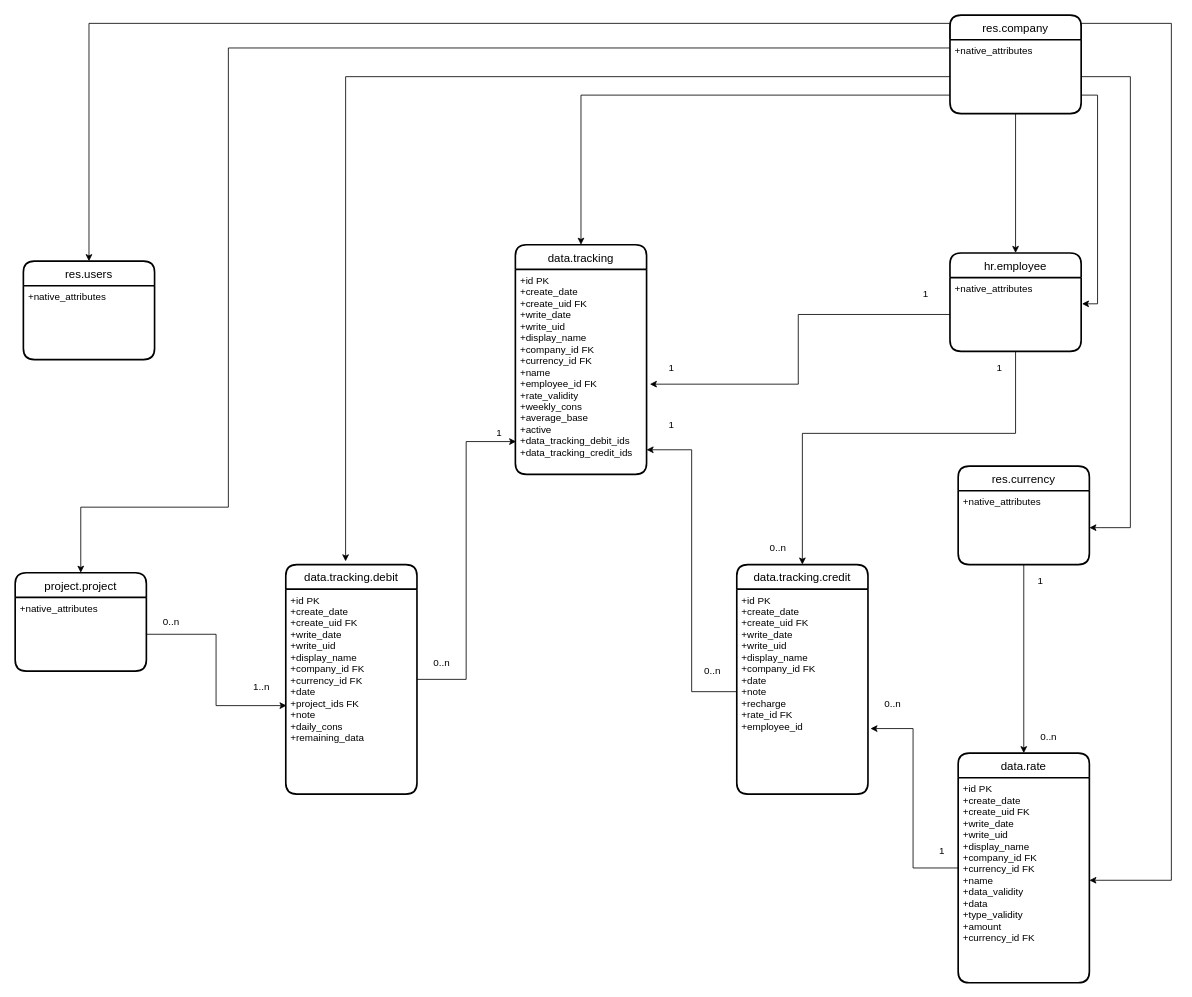
Before: suivi_data_mcd(1)(1).drawio in BriceCG/MIGRATION_MIM, a draw.io diagram. Source tidied: cells renumbered, new cells numbered last; positions are measured from the earlier drawing's top-left corner, leaving out a move shared by most shapes. Both pictures are drawn from the tidied source at 82%, with x=0, y=0 at pixel (15, 15).
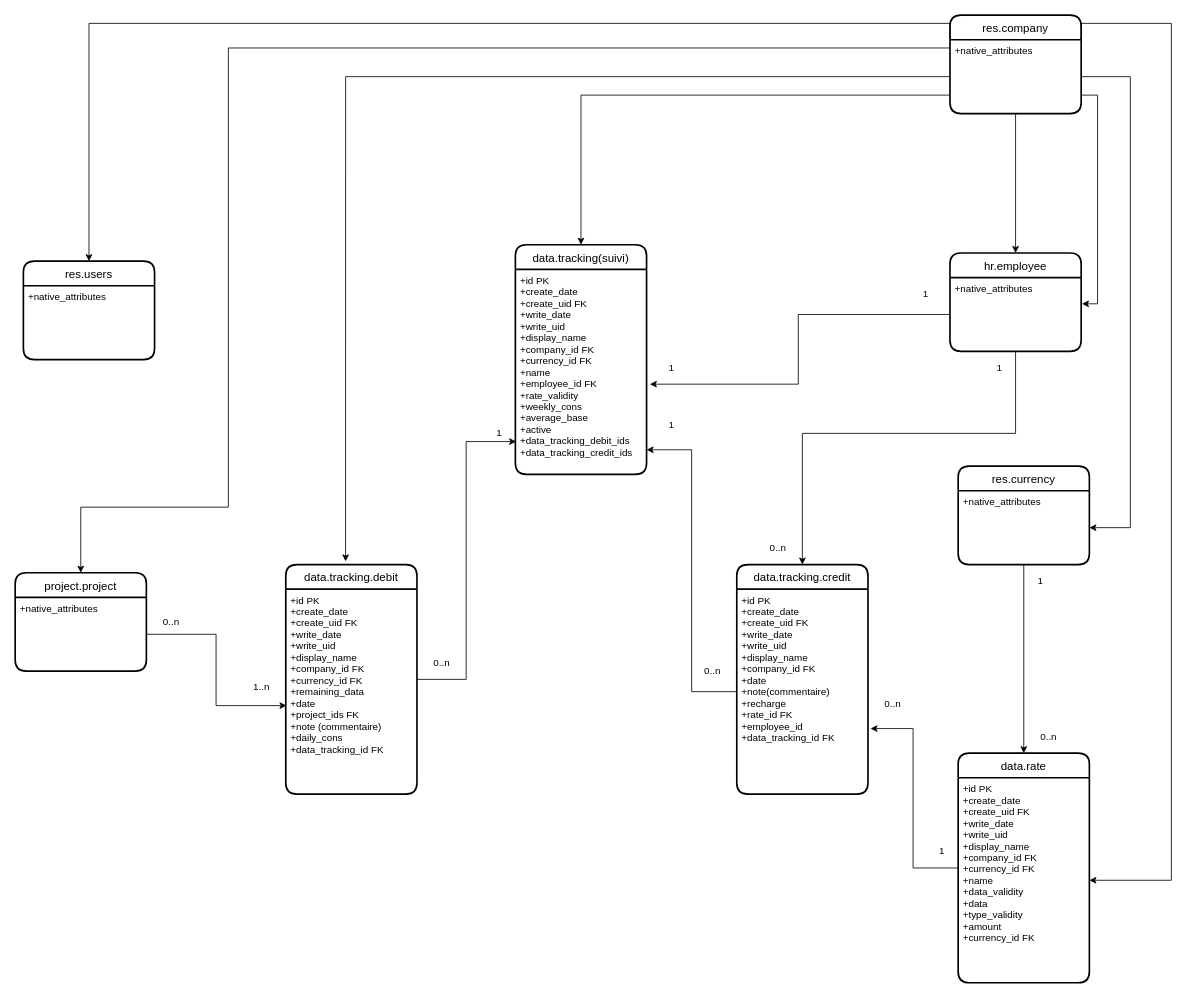
The same diagram, later.

The change refers to these unchanged cells:
```xml
<mxCell id="7" value="data.tracking.debit" style="swimlane;horizontal=1;startSize=30;rounded=1;fontSize=14;fontStyle=0;strokeWidth=2;shadow=0;dashed=0;align=center;" parent="1" vertex="1">
  <mxGeometry x="330" y="670" width="160" height="280" as="geometry" />
</mxCell>
<mxCell id="11" value="data.tracking.credit" style="swimlane;horizontal=1;startSize=30;rounded=1;fontSize=14;fontStyle=0;strokeWidth=2;shadow=0;dashed=0;align=center;" parent="1" vertex="1">
  <mxGeometry x="880" y="670" width="160" height="280" as="geometry" />
</mxCell>
```

The edit, as a diff of the source:
```diff
@@
-    <mxCell id="4" value="data.tracking" style="swimlane;horizontal=1;startSize=30;rounded=1;fontSize=14;fontStyle=0;strokeWidth=2;shadow=0;dashed=0;align=center;" parent="1" vertex="1">
+    <mxCell id="4" value="data.tracking(suivi)" style="swimlane;horizontal=1;startSize=30;rounded=1;fontSize=14;fontStyle=0;strokeWidth=2;shadow=0;dashed=0;align=center;" parent="1" vertex="1">
       <mxGeometry x="610" y="280" width="160" height="280" as="geometry" />
     </mxCell>
@@
-    <mxCell id="8" value="+id PK&#10;+create_date&#10;+create_uid FK&#10;+write_date&#10;+write_uid&#10;+display_name&#10;+company_id FK&#10;+currency_id FK&#10;+date&#10;+project_ids FK&#10;+note&#10;+daily_cons&#10;+remaining_data&#10;&#10;&#10;&#10;&#10;&#10;" style="align=left;strokeColor=none;fillColor=none;spacingLeft=4;fontSize=12;verticalAlign=top;" parent="7" vertex="1">
+    <mxCell id="8" value="+id PK&#10;+create_date&#10;+create_uid FK&#10;+write_date&#10;+write_uid&#10;+display_name&#10;+company_id FK&#10;+currency_id FK&#10;+remaining_data&#10;+date&#10;+project_ids FK&#10;+note (commentaire)&#10;+daily_cons&#10;+data_tracking_id FK&#10;&#10;&#10;&#10;&#10;&#10;" style="align=left;strokeColor=none;fillColor=none;spacingLeft=4;fontSize=12;verticalAlign=top;" parent="7" vertex="1">
       <mxGeometry y="30" width="160" height="250" as="geometry" />
     </mxCell>
@@
-    <mxCell id="12" value="+id PK&#10;+create_date&#10;+create_uid FK&#10;+write_date&#10;+write_uid&#10;+display_name&#10;+company_id FK&#10;+date&#10;+note&#10;+recharge&#10;+rate_id FK&#10;+employee_id&#10;&#10;&#10;&#10;&#10;&#10;&#10;" style="align=left;strokeColor=none;fillColor=none;spacingLeft=4;fontSize=12;verticalAlign=top;" parent="11" vertex="1">
+    <mxCell id="12" value="+id PK&#10;+create_date&#10;+create_uid FK&#10;+write_date&#10;+write_uid&#10;+display_name&#10;+company_id FK&#10;+date&#10;+note(commentaire)&#10;+recharge&#10;+rate_id FK&#10;+employee_id&#10;+data_tracking_id FK&#10;&#10;&#10;&#10;&#10;&#10;&#10;" style="align=left;strokeColor=none;fillColor=none;spacingLeft=4;fontSize=12;verticalAlign=top;" parent="11" vertex="1">
       <mxGeometry y="30" width="160" height="250" as="geometry" />
     </mxCell>
```
